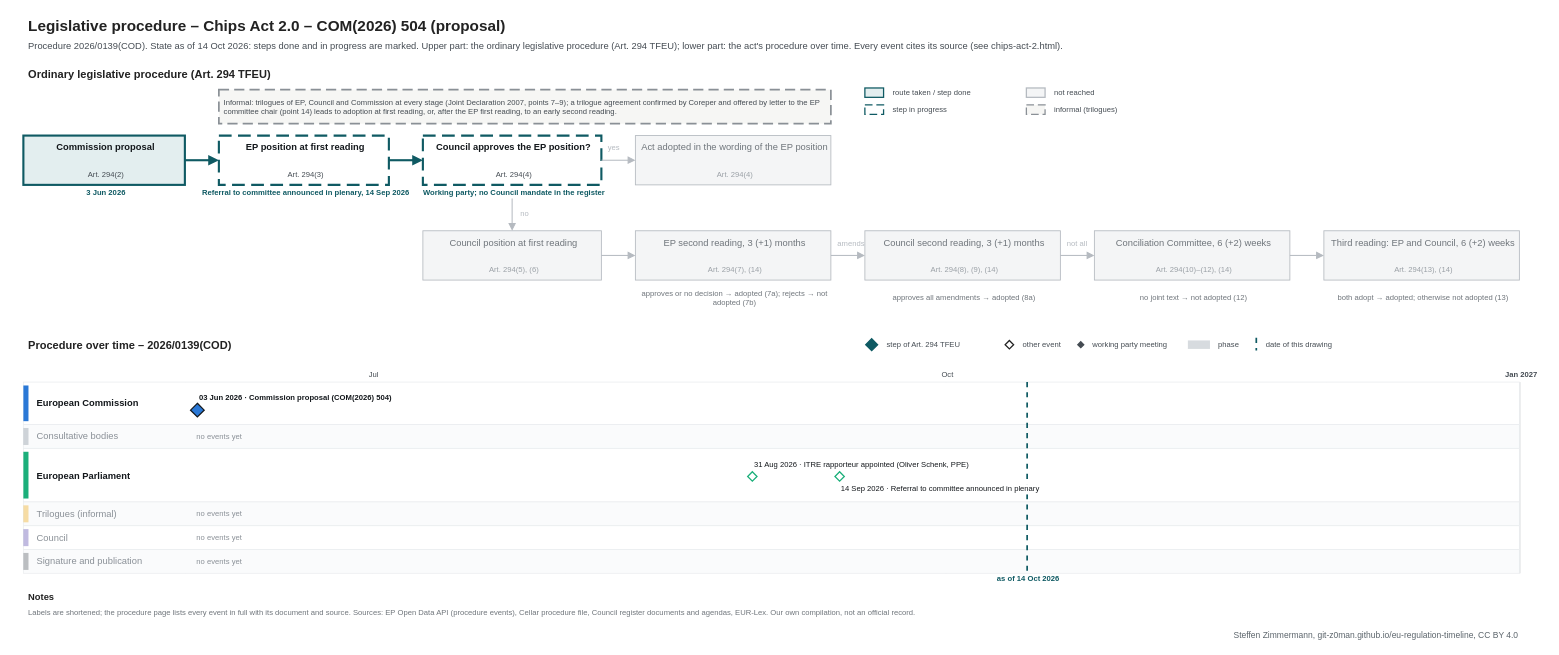
git-z0man/eu-regulation-timeline keeps this draw.io diagram as procedures/chips-act-2.drawio. Above is the earlier version. Source tidied: cells renumbered, new cells numbered last; positions are measured from the earlier drawing's top-left corner, leaving out a move shared by most shapes. Both pictures are drawn from the tidied source at 85%, with x=0, y=0 at pixel (14, 14).
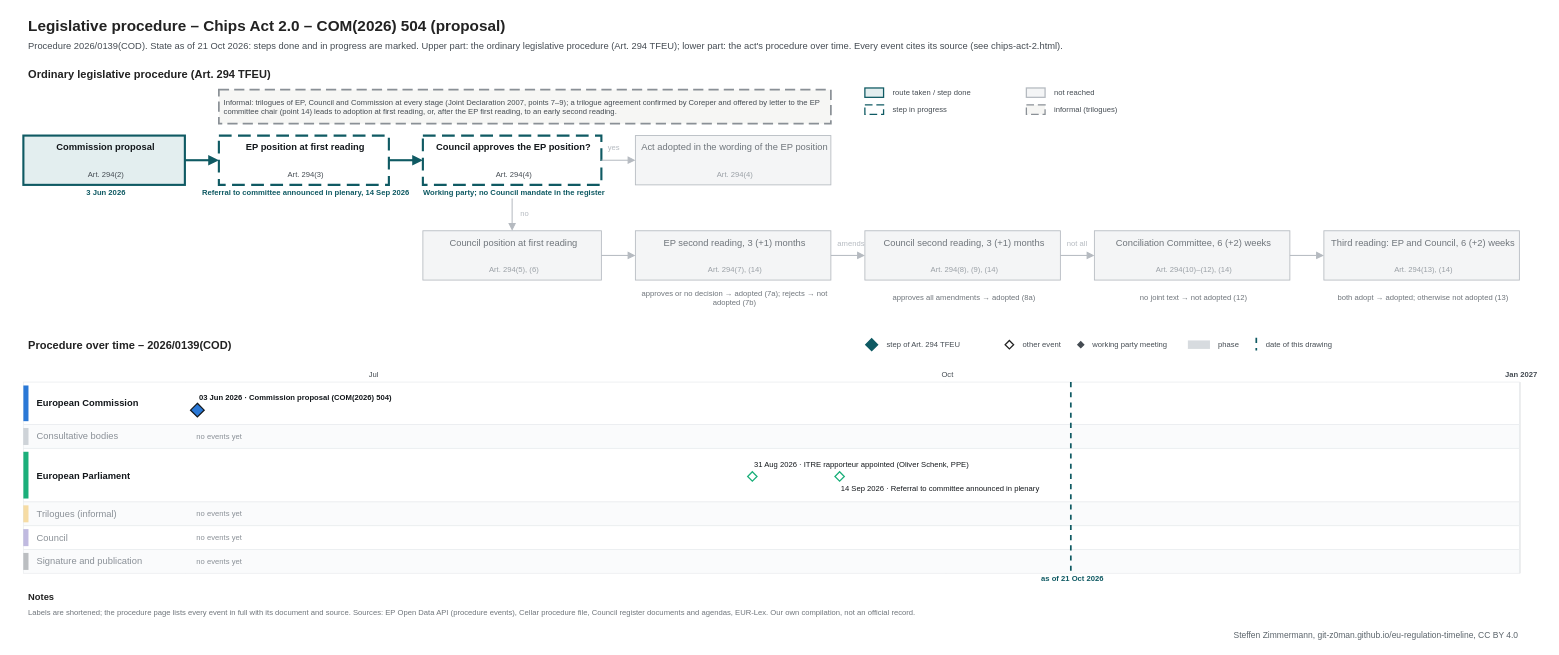
Above is the later version.

The edit, as a diff of the source:
```diff
@@
-    <mxCell id="3" value="Procedure 2026/0139(COD). State as of 14 Oct 2026: steps done and in progress are marked. Upper part: the ordinary legislative procedure (Art. 294 TFEU); lower part: the act's procedure over time. Every event cites its source (see chips-act-2.html)." style="text;html=1;fontSize=11;fontColor=#454c53;align=left;verticalAlign=middle;spacingLeft=4;" parent="1" vertex="1">
+    <mxCell id="3" value="Procedure 2026/0139(COD). State as of 21 Oct 2026: steps done and in progress are marked. Upper part: the ordinary legislative procedure (Art. 294 TFEU); lower part: the act's procedure over time. Every event cites its source (see chips-act-2.html)." style="text;html=1;fontSize=11;fontColor=#454c53;align=left;verticalAlign=middle;spacingLeft=4;" parent="1" vertex="1">
       <mxGeometry x="10" y="28" width="1700" height="18" as="geometry" />
     </mxCell>
@@
     <mxCell id="105" style="line;html=1;strokeWidth=2;strokeColor=#0f5a63;direction=south;dashed=1;" parent="1" vertex="1">
-      <mxGeometry x="1190.4" y="432" width="1" height="225" as="geometry" />
+      <mxGeometry x="1241.8" y="432" width="1" height="225" as="geometry" />
     </mxCell>
-    <mxCell id="106" value="as of 14 Oct 2026" style="text;html=1;fontSize=9;fontColor=#0f5a63;align=center;verticalAlign=middle;spacingLeft=4;fontStyle=1;" parent="1" vertex="1">
-      <mxGeometry x="1130.4" y="658" width="120" height="12" as="geometry" />
+    <mxCell id="106" value="as of 21 Oct 2026" style="text;html=1;fontSize=9;fontColor=#0f5a63;align=center;verticalAlign=middle;spacingLeft=4;fontStyle=1;" parent="1" vertex="1">
+      <mxGeometry x="1181.8" y="658" width="120" height="12" as="geometry" />
     </mxCell>
```
